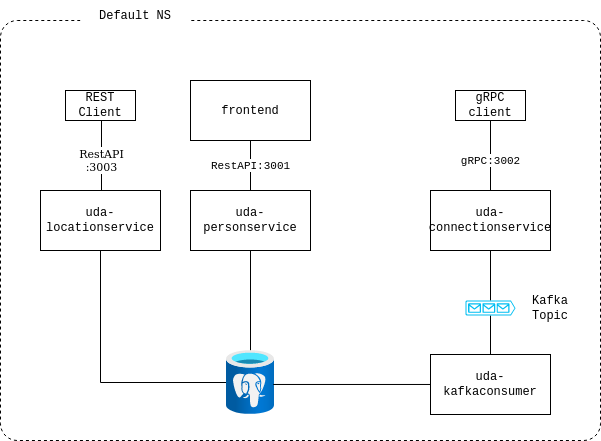
This is docs/Udacity_CloudNative_Pr2.drawio.png from nat38/nd064-c2-message-passing-projects-starter, a draw.io export, as it was before one commit. Source tidied: cells renumbered, new cells last; positions are measured from the earlier drawing's top-left corner, leaving out a move shared by most shapes. The source it was exported from:
```xml
<mxGraphModel>
  <root>
    <mxCell id="0" />
    <mxCell id="1" parent="0" />
    <mxCell id="2" style="rounded=1;whiteSpace=wrap;html=1;dashed=1;fillColor=none;arcSize=4;" parent="1" vertex="1">
      <mxGeometry y="20" width="600" height="420" as="geometry" />
    </mxCell>
    <mxCell id="3" value="Default NS" style="text;html=1;strokeColor=none;fillColor=default;align=center;verticalAlign=middle;whiteSpace=wrap;rounded=0;fontFamily=Courier New;" parent="1" vertex="1">
      <mxGeometry x="80" width="110" height="30" as="geometry" />
    </mxCell>
    <mxCell id="4" value="RestAPI:3001" style="edgeStyle=orthogonalEdgeStyle;rounded=0;jettySize=auto;html=1;fontFamily=Courier New;endArrow=none;endFill=0;" parent="1" edge="1" source="5" target="7">
      <mxGeometry relative="1" as="geometry" />
    </mxCell>
    <mxCell id="5" value="frontend" style="rounded=0;whiteSpace=wrap;html=1;fontFamily=Courier New;fillColor=none;" parent="1" vertex="1">
      <mxGeometry x="190" y="80" width="120" height="60" as="geometry" />
    </mxCell>
    <mxCell id="6" style="edgeStyle=orthogonalEdgeStyle;rounded=0;jettySize=auto;html=1;fontFamily=Courier New;endArrow=none;endFill=0;" parent="1" edge="1" source="7" target="13">
      <mxGeometry relative="1" as="geometry" />
    </mxCell>
    <mxCell id="7" value="uda-personservice" style="rounded=0;whiteSpace=wrap;html=1;fontFamily=Courier New;fillColor=none;" parent="1" vertex="1">
      <mxGeometry x="190" y="190" width="120" height="60" as="geometry" />
    </mxCell>
    <mxCell id="8" style="edgeStyle=orthogonalEdgeStyle;rounded=0;jettySize=auto;html=1;fontFamily=Courier New;endArrow=none;endFill=0;" parent="1" edge="1" source="9" target="13">
      <mxGeometry relative="1" as="geometry">
        <Array as="points">
          <mxPoint x="100" y="382" />
        </Array>
      </mxGeometry>
    </mxCell>
    <mxCell id="9" value="uda-locationservice" style="rounded=0;whiteSpace=wrap;html=1;fontFamily=Courier New;fillColor=none;" parent="1" vertex="1">
      <mxGeometry x="40" y="190" width="120" height="60" as="geometry" />
    </mxCell>
    <mxCell id="10" style="edgeStyle=orthogonalEdgeStyle;rounded=0;jettySize=auto;html=1;entryX=0.5;entryY=0;entryDx=0;entryDy=0;entryPerimeter=0;fontFamily=Courier New;endArrow=none;endFill=0;" parent="1" edge="1" source="11" target="17">
      <mxGeometry relative="1" as="geometry" />
    </mxCell>
    <mxCell id="11" value="uda-connectionservice" style="rounded=0;whiteSpace=wrap;html=1;fontFamily=Courier New;fillColor=none;" parent="1" vertex="1">
      <mxGeometry x="430" y="190" width="120" height="60" as="geometry" />
    </mxCell>
    <mxCell id="12" style="edgeStyle=orthogonalEdgeStyle;rounded=0;orthogonalLoop=1;jettySize=auto;html=1;exitX=0.5;exitY=1;exitDx=0;exitDy=0;fontFamily=Courier New;" parent="1" edge="1" source="5" target="5">
      <mxGeometry relative="1" as="geometry" />
    </mxCell>
    <mxCell id="13" style="html=1;points=[];align=center;image;fontSize=12;image=img/lib/azure2/databases/Azure_Database_PostgreSQL_Server.svg;fontFamily=Courier New;fillColor=none;" parent="1" vertex="1">
      <mxGeometry x="226" y="350" width="48" height="64" as="geometry" />
    </mxCell>
    <mxCell id="14" style="edgeStyle=orthogonalEdgeStyle;rounded=0;jettySize=auto;html=1;entryX=0.973;entryY=0.531;entryDx=0;entryDy=0;entryPerimeter=0;fontFamily=Courier New;endArrow=none;endFill=0;" parent="1" edge="1" source="15" target="13">
      <mxGeometry relative="1" as="geometry" />
    </mxCell>
    <mxCell id="15" value="uda-kafkaconsumer" style="rounded=0;whiteSpace=wrap;html=1;fontFamily=Courier New;fillColor=none;" parent="1" vertex="1">
      <mxGeometry x="430" y="354" width="120" height="60" as="geometry" />
    </mxCell>
    <mxCell id="16" style="edgeStyle=orthogonalEdgeStyle;rounded=0;jettySize=auto;html=1;fontFamily=Courier New;endArrow=none;endFill=0;" parent="1" edge="1" source="17" target="15">
      <mxGeometry relative="1" as="geometry" />
    </mxCell>
    <mxCell id="17" style="verticalLabelPosition=bottom;html=1;verticalAlign=top;align=center;strokeColor=none;fillColor=#00BEF2;shape=mxgraph.azure.queue_generic;fontFamily=Courier New;" parent="1" vertex="1">
      <mxGeometry x="465" y="300" width="50" height="15" as="geometry" />
    </mxCell>
    <mxCell id="18" value="Kafka Topic" style="text;html=1;strokeColor=none;fillColor=none;align=center;verticalAlign=middle;whiteSpace=wrap;rounded=0;fontFamily=Courier New;" parent="1" vertex="1">
      <mxGeometry x="520" y="293" width="60" height="30" as="geometry" />
    </mxCell>
    <mxCell id="19" value="gRPC:3002" style="edgeStyle=orthogonalEdgeStyle;rounded=0;jettySize=auto;html=1;fontFamily=Courier New;endArrow=none;endFill=0;" parent="1" edge="1" source="20" target="11">
      <mxGeometry x="0.14" relative="1" as="geometry" />
    </mxCell>
    <mxCell id="20" value="&lt;div&gt;gRPC&lt;/div&gt;&lt;div&gt;client&lt;/div&gt;" style="rounded=0;whiteSpace=wrap;html=1;fontFamily=Courier New;fillColor=none;" parent="1" vertex="1">
      <mxGeometry x="455" y="90" width="70" height="30" as="geometry" />
    </mxCell>
    <mxCell id="21" value="&lt;div&gt;RestAPI&lt;/div&gt;&lt;div&gt;:3003&lt;/div&gt;" style="edgeStyle=orthogonalEdgeStyle;rounded=0;orthogonalLoop=1;jettySize=auto;html=1;endArrow=none;endFill=0;" parent="1" edge="1">
      <mxGeometry x="0.14" relative="1" as="geometry">
        <mxPoint x="101" y="120" as="sourcePoint" />
        <mxPoint x="101" y="190" as="targetPoint" />
      </mxGeometry>
    </mxCell>
    <mxCell id="22" value="&lt;div&gt;REST&lt;/div&gt;&lt;div&gt;Client&lt;br&gt;&lt;/div&gt;" style="rounded=0;whiteSpace=wrap;html=1;fontFamily=Courier New;fillColor=none;" parent="1" vertex="1">
      <mxGeometry x="65" y="90" width="70" height="30" as="geometry" />
    </mxCell>
  </root>
</mxGraphModel>
```
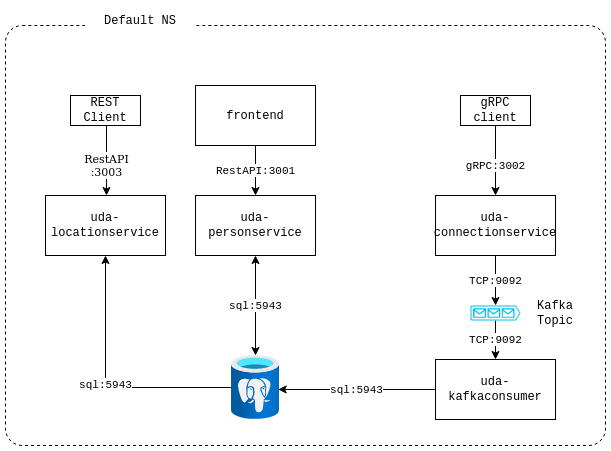
Above is the later version.

The edit, as a diff of the source:
```diff
@@ -8,19 +8,19 @@
     <mxCell id="3" value="Default NS" style="text;html=1;strokeColor=none;fillColor=default;align=center;verticalAlign=middle;whiteSpace=wrap;rounded=0;fontFamily=Courier New;" parent="1" vertex="1">
       <mxGeometry x="80" width="110" height="30" as="geometry" />
     </mxCell>
-    <mxCell id="4" value="RestAPI:3001" style="edgeStyle=orthogonalEdgeStyle;rounded=0;jettySize=auto;html=1;fontFamily=Courier New;endArrow=none;endFill=0;" parent="1" edge="1" source="5" target="7">
+    <mxCell id="4" value="RestAPI:3001" style="edgeStyle=orthogonalEdgeStyle;rounded=0;jettySize=auto;html=1;fontFamily=Courier New;endArrow=classic;endFill=1;" parent="1" edge="1" source="5" target="7">
       <mxGeometry relative="1" as="geometry" />
     </mxCell>
     <mxCell id="5" value="frontend" style="rounded=0;whiteSpace=wrap;html=1;fontFamily=Courier New;fillColor=none;" parent="1" vertex="1">
       <mxGeometry x="190" y="80" width="120" height="60" as="geometry" />
     </mxCell>
-    <mxCell id="6" style="edgeStyle=orthogonalEdgeStyle;rounded=0;jettySize=auto;html=1;fontFamily=Courier New;endArrow=none;endFill=0;" parent="1" edge="1" source="7" target="13">
+    <mxCell id="6" value="sql:5943" style="edgeStyle=orthogonalEdgeStyle;rounded=0;jettySize=auto;html=1;fontFamily=Courier New;endArrow=classic;endFill=1;startArrow=classic;startFill=1;" parent="1" edge="1" source="7" target="13">
       <mxGeometry relative="1" as="geometry" />
     </mxCell>
     <mxCell id="7" value="uda-personservice" style="rounded=0;whiteSpace=wrap;html=1;fontFamily=Courier New;fillColor=none;" parent="1" vertex="1">
       <mxGeometry x="190" y="190" width="120" height="60" as="geometry" />
     </mxCell>
-    <mxCell id="8" style="edgeStyle=orthogonalEdgeStyle;rounded=0;jettySize=auto;html=1;fontFamily=Courier New;endArrow=none;endFill=0;" parent="1" edge="1" source="9" target="13">
+    <mxCell id="8" value="&lt;div&gt;sql:5943&lt;/div&gt;" style="edgeStyle=orthogonalEdgeStyle;rounded=0;jettySize=auto;html=1;fontFamily=Courier New;endArrow=none;endFill=0;startArrow=classic;startFill=1;" parent="1" edge="1" source="9" target="13">
       <mxGeometry relative="1" as="geometry">
         <Array as="points">
           <mxPoint x="100" y="382" />
@@ -30,7 +30,7 @@
     <mxCell id="9" value="uda-locationservice" style="rounded=0;whiteSpace=wrap;html=1;fontFamily=Courier New;fillColor=none;" parent="1" vertex="1">
       <mxGeometry x="40" y="190" width="120" height="60" as="geometry" />
     </mxCell>
-    <mxCell id="10" style="edgeStyle=orthogonalEdgeStyle;rounded=0;jettySize=auto;html=1;entryX=0.5;entryY=0;entryDx=0;entryDy=0;entryPerimeter=0;fontFamily=Courier New;endArrow=none;endFill=0;" parent="1" edge="1" source="11" target="17">
+    <mxCell id="10" value="TCP:9092" style="edgeStyle=orthogonalEdgeStyle;rounded=0;jettySize=auto;html=1;entryX=0.5;entryY=0;entryDx=0;entryDy=0;entryPerimeter=0;fontFamily=Courier New;endArrow=classic;endFill=1;" parent="1" edge="1" source="11" target="17">
       <mxGeometry relative="1" as="geometry" />
     </mxCell>
     <mxCell id="11" value="uda-connectionservice" style="rounded=0;whiteSpace=wrap;html=1;fontFamily=Courier New;fillColor=none;" parent="1" vertex="1">
@@ -42,13 +42,13 @@
     <mxCell id="13" style="html=1;points=[];align=center;image;fontSize=12;image=img/lib/azure2/databases/Azure_Database_PostgreSQL_Server.svg;fontFamily=Courier New;fillColor=none;" parent="1" vertex="1">
       <mxGeometry x="226" y="350" width="48" height="64" as="geometry" />
     </mxCell>
-    <mxCell id="14" style="edgeStyle=orthogonalEdgeStyle;rounded=0;jettySize=auto;html=1;entryX=0.973;entryY=0.531;entryDx=0;entryDy=0;entryPerimeter=0;fontFamily=Courier New;endArrow=none;endFill=0;" parent="1" edge="1" source="15" target="13">
+    <mxCell id="14" value="sql:5943" style="edgeStyle=orthogonalEdgeStyle;rounded=0;jettySize=auto;html=1;entryX=0.973;entryY=0.531;entryDx=0;entryDy=0;entryPerimeter=0;fontFamily=Courier New;endArrow=classic;endFill=1;" parent="1" edge="1" source="15" target="13">
       <mxGeometry relative="1" as="geometry" />
     </mxCell>
     <mxCell id="15" value="uda-kafkaconsumer" style="rounded=0;whiteSpace=wrap;html=1;fontFamily=Courier New;fillColor=none;" parent="1" vertex="1">
       <mxGeometry x="430" y="354" width="120" height="60" as="geometry" />
     </mxCell>
-    <mxCell id="16" style="edgeStyle=orthogonalEdgeStyle;rounded=0;jettySize=auto;html=1;fontFamily=Courier New;endArrow=none;endFill=0;" parent="1" edge="1" source="17" target="15">
+    <mxCell id="16" value="TCP:9092" style="edgeStyle=orthogonalEdgeStyle;rounded=0;jettySize=auto;html=1;fontFamily=Courier New;endArrow=classic;endFill=1;" parent="1" edge="1" source="17" target="15">
       <mxGeometry relative="1" as="geometry" />
     </mxCell>
     <mxCell id="17" style="verticalLabelPosition=bottom;html=1;verticalAlign=top;align=center;strokeColor=none;fillColor=#00BEF2;shape=mxgraph.azure.queue_generic;fontFamily=Courier New;" parent="1" vertex="1">
@@ -57,13 +57,13 @@
     <mxCell id="18" value="Kafka Topic" style="text;html=1;strokeColor=none;fillColor=none;align=center;verticalAlign=middle;whiteSpace=wrap;rounded=0;fontFamily=Courier New;" parent="1" vertex="1">
       <mxGeometry x="520" y="293" width="60" height="30" as="geometry" />
     </mxCell>
-    <mxCell id="19" value="gRPC:3002" style="edgeStyle=orthogonalEdgeStyle;rounded=0;jettySize=auto;html=1;fontFamily=Courier New;endArrow=none;endFill=0;" parent="1" edge="1" source="20" target="11">
+    <mxCell id="19" value="gRPC:3002" style="edgeStyle=orthogonalEdgeStyle;rounded=0;jettySize=auto;html=1;fontFamily=Courier New;endArrow=classic;endFill=1;" parent="1" edge="1" source="20" target="11">
       <mxGeometry x="0.14" relative="1" as="geometry" />
     </mxCell>
     <mxCell id="20" value="&lt;div&gt;gRPC&lt;/div&gt;&lt;div&gt;client&lt;/div&gt;" style="rounded=0;whiteSpace=wrap;html=1;fontFamily=Courier New;fillColor=none;" parent="1" vertex="1">
       <mxGeometry x="455" y="90" width="70" height="30" as="geometry" />
     </mxCell>
-    <mxCell id="21" value="&lt;div&gt;RestAPI&lt;/div&gt;&lt;div&gt;:3003&lt;/div&gt;" style="edgeStyle=orthogonalEdgeStyle;rounded=0;orthogonalLoop=1;jettySize=auto;html=1;endArrow=none;endFill=0;" parent="1" edge="1">
+    <mxCell id="21" value="&lt;div&gt;RestAPI&lt;/div&gt;&lt;div&gt;:3003&lt;/div&gt;" style="edgeStyle=orthogonalEdgeStyle;rounded=0;orthogonalLoop=1;jettySize=auto;html=1;endArrow=classic;endFill=1;" parent="1" edge="1">
       <mxGeometry x="0.14" relative="1" as="geometry">
         <mxPoint x="101" y="120" as="sourcePoint" />
         <mxPoint x="101" y="190" as="targetPoint" />
```
